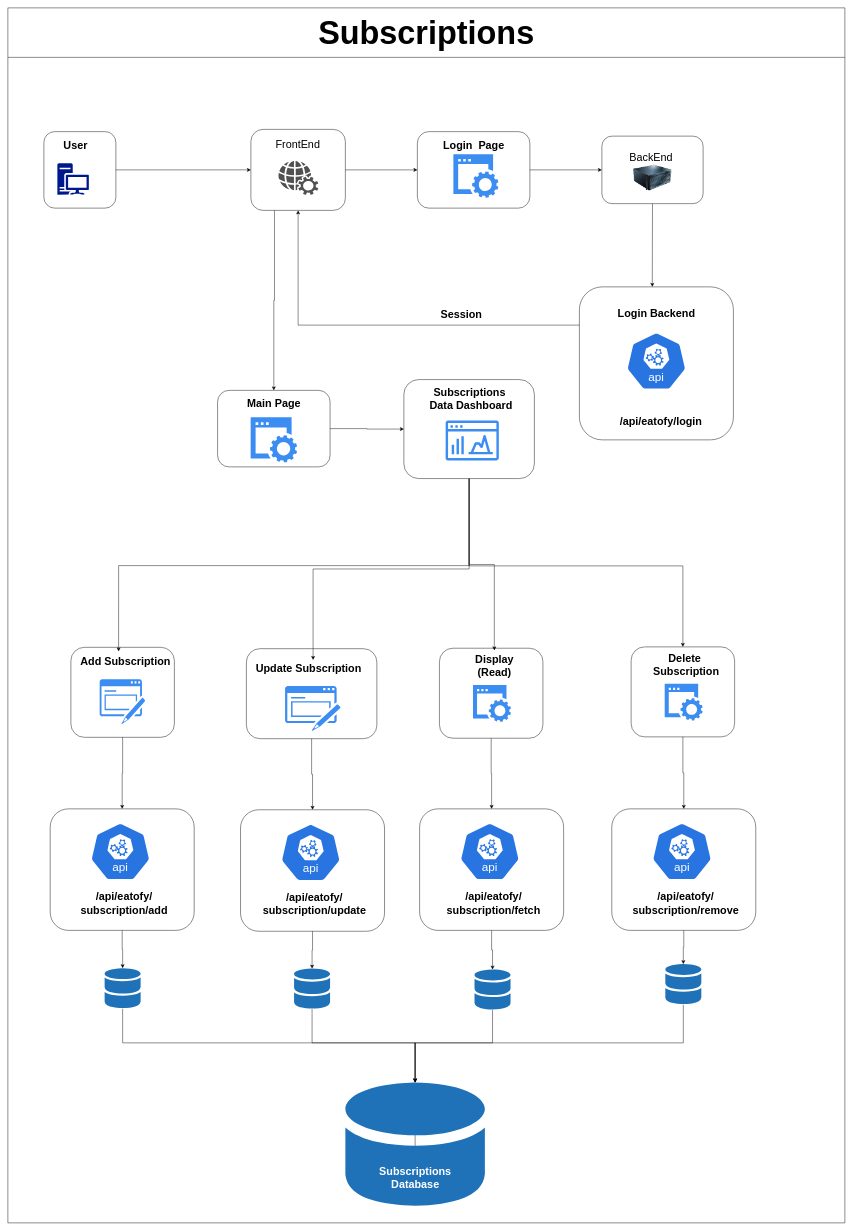
Above: page "Subscriptions" (3 of 6) of eatofy.drawio in appnichetechnologies/Eatofy-System-Design (draw.io), before the change. Source tidied: cells renumbered, new cells numbered last; positions are measured from the earlier drawing's top-left corner, leaving out a move shared by most shapes. Both pictures are drawn from the tidied source at 45%, with x=0, y=0 at pixel (8, 8).
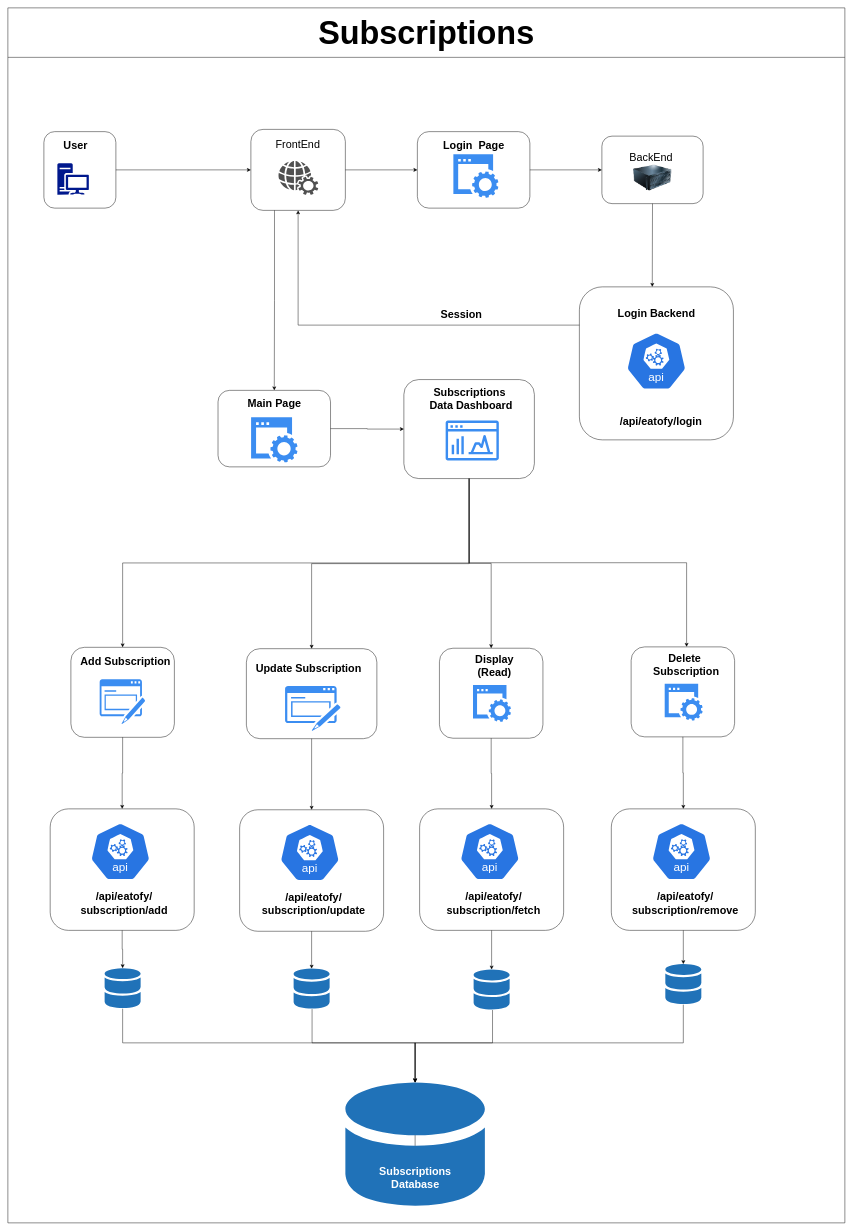
After the change.

Unchanged cells that the change refers to:
```xml
<mxCell id="45" style="rounded=1;whiteSpace=wrap;html=1;fillColor=none;" parent="44" vertex="1">
  <mxGeometry width="230" height="200" as="geometry" />
</mxCell>
<mxCell id="46" value="&lt;font style=&quot;font-size: 24px;&quot;&gt;&lt;b&gt;Add Subscription&lt;/b&gt;&lt;br&gt;&lt;/font&gt;" style="text;html=1;align=center;verticalAlign=middle;points=[];strokeColor=none;fillColor=none;" parent="44" vertex="1">
  <mxGeometry x="6" y="11.8" width="230" height="40" as="geometry" />
</mxCell>
<mxCell id="49" style="rounded=1;whiteSpace=wrap;html=1;fillColor=none;" parent="48" vertex="1">
  <mxGeometry width="290" height="200" as="geometry" />
</mxCell>
<mxCell id="50" value="&lt;div&gt;&lt;font style=&quot;font-size: 24px;&quot;&gt;&lt;b&gt; Update Subscription &lt;br&gt;&lt;/b&gt;&lt;/font&gt;&lt;/div&gt;" style="text;html=1;align=center;verticalAlign=middle;points=[];strokeColor=none;fillColor=none;" parent="48" vertex="1">
  <mxGeometry x="2.7" y="23.8" width="270" height="40" as="geometry" />
</mxCell>
<mxCell id="55" style="rounded=1;whiteSpace=wrap;html=1;fillColor=none;" parent="53" vertex="1">
  <mxGeometry width="230" height="200" as="geometry" />
</mxCell>
<mxCell id="56" value="&lt;div&gt;&lt;font style=&quot;font-size: 24px;&quot;&gt;&lt;b&gt;Display &lt;/b&gt;&lt;/font&gt;&lt;/div&gt;&lt;div&gt;&lt;font style=&quot;font-size: 24px;&quot;&gt;&lt;b&gt;(Read)&lt;br&gt;&lt;/b&gt;&lt;/font&gt;&lt;/div&gt;" style="text;html=1;align=center;verticalAlign=middle;points=[];strokeColor=none;fillColor=none;" parent="53" vertex="1">
  <mxGeometry x="67" y="4.8" width="110" height="70" as="geometry" />
</mxCell>
<mxCell id="59" style="rounded=1;whiteSpace=wrap;html=1;fillColor=none;" parent="57" vertex="1">
  <mxGeometry width="230" height="200" as="geometry" />
</mxCell>
<mxCell id="62" style="rounded=1;whiteSpace=wrap;html=1;fillColor=none;" parent="61" vertex="1">
  <mxGeometry width="290" height="220" as="geometry" />
</mxCell>
```

Change to the diagram source:
```diff
@@
     <mxCell id="31" style="group;" parent="1" vertex="1">
-      <mxGeometry x="466" y="850" width="250" height="170" as="geometry" />
+      <mxGeometry x="467" y="850" width="250" height="170" as="geometry" />
     </mxCell>
@@
     <mxCell id="38" style="sketch=0;shadow=0;dashed=0;html=1;strokeColor=none;labelPosition=center;verticalLabelPosition=bottom;verticalAlign=top;outlineConnect=0;align=center;shape=mxgraph.office.databases.database_mini_2;fillColor=#2072B8;" parent="1" vertex="1">
-      <mxGeometry x="636" y="2135" width="80" height="90" as="geometry" />
+      <mxGeometry x="635" y="2135" width="80" height="90" as="geometry" />
     </mxCell>
@@
     <mxCell id="40" style="sketch=0;shadow=0;dashed=0;html=1;strokeColor=none;labelPosition=center;verticalLabelPosition=bottom;verticalAlign=top;outlineConnect=0;align=center;shape=mxgraph.office.databases.database_mini_2;fillColor=#2072B8;" parent="1" vertex="1">
-      <mxGeometry x="1037" y="2137" width="80" height="90" as="geometry" />
+      <mxGeometry x="1035" y="2137" width="80" height="90" as="geometry" />
     </mxCell>
@@
-    <mxCell id="66" style="edgeStyle=orthogonalEdgeStyle;rounded=0;jettySize=auto;html=1;exitX=0.5;exitY=1;exitDx=0;exitDy=0;entryX=0.435;entryY=-0.069;entryDx=0;entryDy=0;entryPerimeter=0;" parent="1" edge="1" source="62" target="46">
-      <mxGeometry relative="1" as="geometry" />
-    </mxCell>
-    <mxCell id="67" style="edgeStyle=orthogonalEdgeStyle;rounded=0;jettySize=auto;html=1;exitX=0.5;exitY=1;exitDx=0;exitDy=0;entryX=0.539;entryY=0.032;entryDx=0;entryDy=0;entryPerimeter=0;" parent="1" edge="1" source="62" target="50">
-      <mxGeometry relative="1" as="geometry" />
-    </mxCell>
-    <mxCell id="68" style="edgeStyle=orthogonalEdgeStyle;rounded=0;jettySize=auto;html=1;exitX=0.5;exitY=1;exitDx=0;exitDy=0;" parent="1" edge="1" source="62" target="56">
-      <mxGeometry relative="1" as="geometry" />
-    </mxCell>
@@
     <mxCell id="74" style="group;" parent="1" vertex="1">
-      <mxGeometry x="517" y="1782" width="359" height="270" as="geometry" />
+      <mxGeometry x="515" y="1782" width="359" height="270" as="geometry" />
     </mxCell>
@@
     <mxCell id="82" style="group;" parent="1" vertex="1">
-      <mxGeometry x="1342" y="1780" width="320" height="270" as="geometry" />
+      <mxGeometry x="1341" y="1780" width="320" height="270" as="geometry" />
     </mxCell>
@@
-    <mxCell id="89" style="edgeStyle=orthogonalEdgeStyle;rounded=0;jettySize=auto;html=1;exitX=0.5;exitY=1;exitDx=0;exitDy=0;entryX=0.5;entryY=0;entryDx=0;entryDy=0;" parent="1" edge="1" source="62" target="59">
-      <mxGeometry relative="1" as="geometry">
-        <Array as="points">
-          <mxPoint x="1025" y="1240" />
-          <mxPoint x="1500" y="1240" />
-        </Array>
-      </mxGeometry>
-    </mxCell>
@@
+    <mxCell id="94" style="edgeStyle=orthogonalEdgeStyle;rounded=0;jettySize=auto;html=1;exitX=0.5;exitY=1;exitDx=0;exitDy=0;entryX=0.5;entryY=0;entryDx=0;entryDy=0;" parent="1" edge="1" source="62" target="55">
+      <mxGeometry relative="1" as="geometry" />
+    </mxCell>
+    <mxCell id="89" style="edgeStyle=orthogonalEdgeStyle;rounded=0;jettySize=auto;html=1;exitX=0.5;exitY=1;exitDx=0;exitDy=0;entryX=0.536;entryY=-0.001;entryDx=0;entryDy=0;entryPerimeter=0;" parent="1" edge="1" source="62" target="59">
+      <mxGeometry relative="1" as="geometry" />
+    </mxCell>
+    <mxCell id="95" style="edgeStyle=orthogonalEdgeStyle;rounded=0;jettySize=auto;html=1;exitX=0.5;exitY=1;exitDx=0;exitDy=0;entryX=0.5;entryY=0;entryDx=0;entryDy=0;" parent="1" edge="1" source="62" target="49">
+      <mxGeometry relative="1" as="geometry" />
+    </mxCell>
+    <mxCell id="96" style="edgeStyle=orthogonalEdgeStyle;rounded=0;jettySize=auto;html=1;exitX=0.5;exitY=1;exitDx=0;exitDy=0;entryX=0.5;entryY=0;entryDx=0;entryDy=0;" parent="1" edge="1" source="62" target="45">
+      <mxGeometry relative="1" as="geometry" />
+    </mxCell>
```
